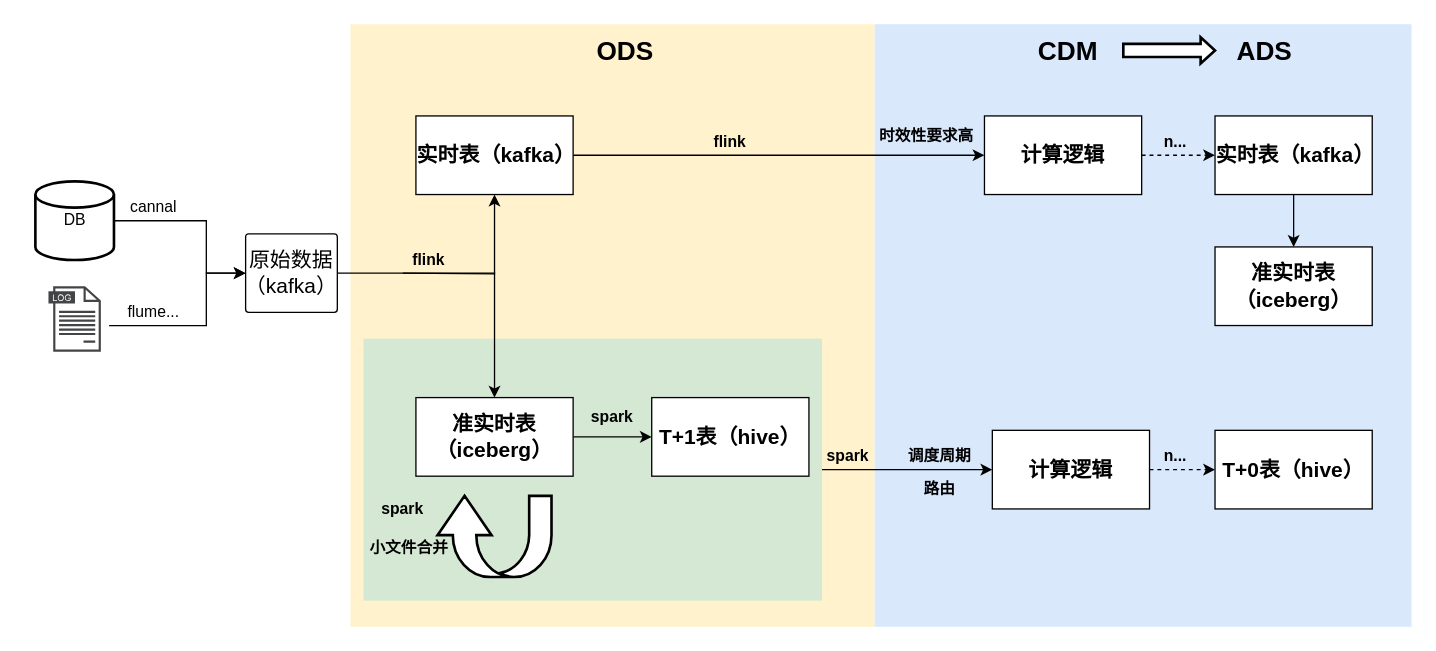
mineminemine123/work-wiki keeps this draw.io diagram as mt流批一体.drawio. Above is the earlier version. Source tidied: cells renumbered, new cells numbered last; positions are measured from the earlier drawing's top-left corner, leaving out a move shared by most shapes. Both pictures are drawn from the tidied source at 131%, with x=0, y=0 at pixel (35, 24).
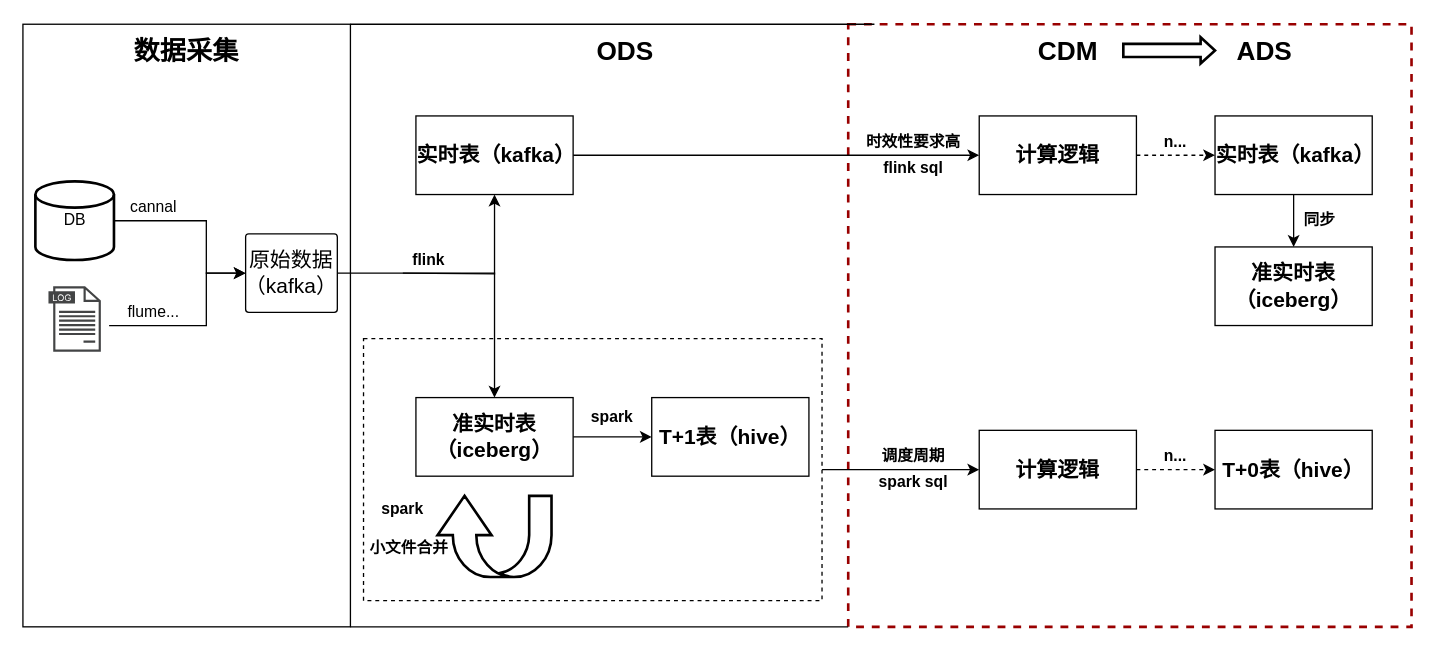
Above is the later version.

Commit message:
更新mt流批一体.drawio

Diff of the diagram source:
```diff
@@
+    <mxCell id="44" style="rounded=0;whiteSpace=wrap;html=1;fillColor=none;strokeColor=default;fontFamily=微软雅黑;" parent="1" vertex="1">
+      <mxGeometry x="-10" width="250" height="460" as="geometry" />
+    </mxCell>
-    <mxCell id="2" style="rounded=0;whiteSpace=wrap;html=1;dashed=1;fillColor=#dae8fc;strokeColor=none;" parent="1" vertex="1">
-      <mxGeometry x="640" width="410" height="460" as="geometry" />
+    <mxCell id="2" style="rounded=0;whiteSpace=wrap;html=1;fillColor=default;strokeColor=#990000;strokeWidth=2;dashed=1;fontFamily=微软雅黑;" parent="1" vertex="1">
+      <mxGeometry x="620" width="430" height="460" as="geometry" />
     </mxCell>
-    <mxCell id="3" style="rounded=0;whiteSpace=wrap;html=1;dashed=1;fillColor=#fff2cc;strokeColor=none;" parent="1" vertex="1">
-      <mxGeometry x="240" width="400" height="460" as="geometry" />
-    </mxCell>
-    <mxCell id="4" style="edgeStyle=orthogonalEdgeStyle;rounded=0;jettySize=auto;html=1;exitX=1;exitY=0.5;exitDx=0;exitDy=0;entryX=0;entryY=0.5;entryDx=0;entryDy=0;" parent="1" edge="1" source="5" target="24">
+    <mxCell id="4" style="edgeStyle=orthogonalEdgeStyle;rounded=0;jettySize=auto;html=1;exitX=1;exitY=0.5;exitDx=0;exitDy=0;entryX=0;entryY=0.5;entryDx=0;entryDy=0;fontFamily=微软雅黑;" parent="1" edge="1" source="5" target="24">
       <mxGeometry relative="1" as="geometry" />
     </mxCell>
-    <mxCell id="5" style="rounded=0;whiteSpace=wrap;html=1;dashed=1;fillColor=#d5e8d4;strokeColor=none;" parent="1" vertex="1">
+    <mxCell id="5" style="rounded=0;whiteSpace=wrap;html=1;dashed=1;fillColor=default;strokeColor=default;fontFamily=微软雅黑;" parent="1" vertex="1">
       <mxGeometry x="250" y="240" width="350" height="200" as="geometry" />
     </mxCell>
-    <mxCell id="6" style="edgeStyle=orthogonalEdgeStyle;rounded=0;jettySize=auto;html=1;exitX=1;exitY=0.5;exitDx=0;exitDy=0;entryX=0;entryY=0.5;entryDx=0;entryDy=0;fontSize=20;" parent="1" edge="1" source="7" target="29">
+    <mxCell id="6" style="edgeStyle=orthogonalEdgeStyle;rounded=0;jettySize=auto;html=1;exitX=1;exitY=0.5;exitDx=0;exitDy=0;entryX=0;entryY=0.5;entryDx=0;entryDy=0;fontSize=20;fontFamily=微软雅黑;" parent="1" edge="1" source="7" target="29">
       <mxGeometry relative="1" as="geometry" />
     </mxCell>
-    <mxCell id="7" value="&lt;span style=&quot;font-size: 16px;&quot;&gt;实时表（kafka）&lt;/span&gt;" style="rounded=0;whiteSpace=wrap;html=1;fontStyle=1;" parent="1" vertex="1">
+    <mxCell id="7" value="&lt;span style=&quot;font-size: 16px;&quot;&gt;实时表（kafka）&lt;/span&gt;" style="rounded=0;whiteSpace=wrap;html=1;fontStyle=1;fontFamily=微软雅黑;" parent="1" vertex="1">
       <mxGeometry x="290" y="70" width="120" height="60" as="geometry" />
     </mxCell>
-    <mxCell id="8" style="edgeStyle=orthogonalEdgeStyle;rounded=0;jettySize=auto;html=1;exitX=1;exitY=0.5;exitDx=0;exitDy=0;" parent="1" edge="1" target="7">
+    <mxCell id="8" style="edgeStyle=orthogonalEdgeStyle;rounded=0;jettySize=auto;html=1;exitX=1;exitY=0.5;exitDx=0;exitDy=0;fontFamily=微软雅黑;" parent="1" edge="1" target="7">
       <mxGeometry relative="1" as="geometry">
         <mxPoint x="280" y="190" as="sourcePoint" />
       </mxGeometry>
     </mxCell>
-    <mxCell id="9" style="edgeStyle=orthogonalEdgeStyle;rounded=0;jettySize=auto;html=1;" parent="1" edge="1" source="15" target="11">
+    <mxCell id="9" style="edgeStyle=orthogonalEdgeStyle;rounded=0;jettySize=auto;html=1;fontFamily=微软雅黑;" parent="1" edge="1" source="15" target="11">
       <mxGeometry relative="1" as="geometry" />
     </mxCell>
-    <mxCell id="10" style="edgeStyle=orthogonalEdgeStyle;rounded=0;jettySize=auto;html=1;exitX=1;exitY=0.5;exitDx=0;exitDy=0;entryX=0;entryY=0.5;entryDx=0;entryDy=0;" parent="1" edge="1" source="11" target="21">
+    <mxCell id="10" style="edgeStyle=orthogonalEdgeStyle;rounded=0;jettySize=auto;html=1;exitX=1;exitY=0.5;exitDx=0;exitDy=0;entryX=0;entryY=0.5;entryDx=0;entryDy=0;fontFamily=微软雅黑;" parent="1" edge="1" source="11" target="21">
       <mxGeometry relative="1" as="geometry" />
     </mxCell>
-    <mxCell id="11" value="&lt;span style=&quot;font-size: 16px;&quot;&gt;准实时表（iceberg）&lt;/span&gt;" style="rounded=0;whiteSpace=wrap;html=1;fontStyle=1;" parent="1" vertex="1">
+    <mxCell id="11" value="&lt;span style=&quot;font-size: 16px;&quot;&gt;准实时表（iceberg）&lt;/span&gt;" style="rounded=0;whiteSpace=wrap;html=1;fontStyle=1;fontFamily=微软雅黑;" parent="1" vertex="1">
       <mxGeometry x="290" y="285" width="120" height="60" as="geometry" />
     </mxCell>
-    <mxCell id="12" style="edgeStyle=orthogonalEdgeStyle;rounded=0;jettySize=auto;html=1;" parent="1" edge="1" source="13" target="15">
+    <mxCell id="12" style="edgeStyle=orthogonalEdgeStyle;rounded=0;jettySize=auto;html=1;fontFamily=微软雅黑;" parent="1" edge="1" source="13" target="15">
       <mxGeometry relative="1" as="geometry">
         <Array as="points">
           <mxPoint x="130" y="150" />
           <mxPoint x="130" y="190" />
         </Array>
       </mxGeometry>
     </mxCell>
-    <mxCell id="13" value="DB" style="shape=mxgraph.flowchart.database;whiteSpace=wrap;html=1;fillColor=#ffffff;strokeColor=#000000;strokeWidth=2;" parent="1" vertex="1">
+    <mxCell id="13" value="DB" style="shape=mxgraph.flowchart.database;whiteSpace=wrap;html=1;fillColor=#ffffff;strokeColor=#000000;strokeWidth=2;fontFamily=微软雅黑;" parent="1" vertex="1">
       <mxGeometry x="-0.5" y="120" width="60" height="60" as="geometry" />
     </mxCell>
-    <mxCell id="14" style="edgeStyle=orthogonalEdgeStyle;rounded=0;jettySize=auto;html=1;exitX=0;exitY=0;exitDx=52.5;exitDy=30;exitPerimeter=0;entryX=0;entryY=0.5;entryDx=0;entryDy=0;" parent="1" edge="1" target="15">
+    <mxCell id="14" style="edgeStyle=orthogonalEdgeStyle;rounded=0;jettySize=auto;html=1;exitX=0;exitY=0;exitDx=52.5;exitDy=30;exitPerimeter=0;entryX=0;entryY=0.5;entryDx=0;entryDy=0;fontFamily=微软雅黑;" parent="1" edge="1" target="15">
       <mxGeometry relative="1" as="geometry">
         <mxPoint x="55.8" y="230" as="sourcePoint" />
         <Array as="points">
           <mxPoint x="130" y="230" />
           <mxPoint x="130" y="190" />
         </Array>
       </mxGeometry>
     </mxCell>
-    <mxCell id="15" value="&lt;span style=&quot;font-size: 16px;&quot;&gt;原始数据（kafka）&lt;/span&gt;" style="rounded=1;whiteSpace=wrap;html=1;arcSize=4;" parent="1" vertex="1">
+    <mxCell id="15" value="&lt;span style=&quot;font-size: 16px;&quot;&gt;原始数据（kafka）&lt;/span&gt;" style="rounded=1;whiteSpace=wrap;html=1;arcSize=4;fontFamily=微软雅黑;" parent="1" vertex="1">
       <mxGeometry x="160" y="160" width="70" height="60" as="geometry" />
     </mxCell>
-    <mxCell id="16" value="cannal" style="text;html=1;strokeColor=none;fillColor=none;align=center;verticalAlign=middle;whiteSpace=wrap;rounded=0;" parent="1" vertex="1">
+    <mxCell id="16" value="cannal" style="text;html=1;strokeColor=none;fillColor=none;align=center;verticalAlign=middle;whiteSpace=wrap;rounded=0;fontFamily=微软雅黑;" parent="1" vertex="1">
       <mxGeometry x="70" y="130" width="40" height="20" as="geometry" />
     </mxCell>
-    <mxCell id="17" value="flume..." style="text;html=1;strokeColor=none;fillColor=none;align=center;verticalAlign=middle;whiteSpace=wrap;rounded=0;" parent="1" vertex="1">
+    <mxCell id="17" value="flume..." style="text;html=1;strokeColor=none;fillColor=none;align=center;verticalAlign=middle;whiteSpace=wrap;rounded=0;fontFamily=微软雅黑;" parent="1" vertex="1">
       <mxGeometry x="70" y="210" width="40" height="20" as="geometry" />
     </mxCell>
-    <mxCell id="18" value="&lt;b&gt;flink&lt;/b&gt;" style="text;html=1;strokeColor=none;fillColor=none;align=center;verticalAlign=middle;whiteSpace=wrap;rounded=0;" parent="1" vertex="1">
+    <mxCell id="18" value="&lt;b&gt;flink&lt;/b&gt;" style="text;html=1;strokeColor=none;fillColor=none;align=center;verticalAlign=middle;whiteSpace=wrap;rounded=0;fontFamily=微软雅黑;" parent="1" vertex="1">
       <mxGeometry x="280" y="170" width="40" height="20" as="geometry" />
     </mxCell>
-    <mxCell id="19" style="shape=mxgraph.arrows.u_turn_up_arrow;whiteSpace=wrap;html=1;fillColor=#ffffff;strokeColor=#000000;strokeWidth=2;" parent="1" vertex="1">
+    <mxCell id="19" style="shape=mxgraph.arrows.u_turn_up_arrow;whiteSpace=wrap;html=1;fillColor=#ffffff;strokeColor=#000000;strokeWidth=2;fontFamily=微软雅黑;" parent="1" vertex="1">
       <mxGeometry x="306.5" y="360" width="87" height="62" as="geometry" />
     </mxCell>
-    <mxCell id="20" value="&lt;b&gt;spark&lt;/b&gt;" style="text;html=1;strokeColor=none;fillColor=none;align=center;verticalAlign=middle;whiteSpace=wrap;rounded=0;" parent="1" vertex="1">
+    <mxCell id="20" value="&lt;b&gt;spark&lt;/b&gt;" style="text;html=1;strokeColor=none;fillColor=none;align=center;verticalAlign=middle;whiteSpace=wrap;rounded=0;fontFamily=微软雅黑;" parent="1" vertex="1">
       <mxGeometry x="260" y="360" width="40" height="20" as="geometry" />
     </mxCell>
-    <mxCell id="21" value="&lt;span style=&quot;font-size: 16px;&quot;&gt;T+1表（hive）&lt;/span&gt;" style="rounded=0;whiteSpace=wrap;html=1;fontStyle=1;" parent="1" vertex="1">
+    <mxCell id="21" value="&lt;span style=&quot;font-size: 16px;&quot;&gt;T+1表（hive）&lt;/span&gt;" style="rounded=0;whiteSpace=wrap;html=1;fontStyle=1;fontFamily=微软雅黑;" parent="1" vertex="1">
       <mxGeometry x="470" y="285" width="120" height="60" as="geometry" />
     </mxCell>
-    <mxCell id="22" value="&lt;b&gt;spark&lt;/b&gt;" style="text;html=1;strokeColor=none;fillColor=none;align=center;verticalAlign=middle;whiteSpace=wrap;rounded=0;" parent="1" vertex="1">
+    <mxCell id="22" value="&lt;b&gt;spark&lt;/b&gt;" style="text;html=1;strokeColor=none;fillColor=none;align=center;verticalAlign=middle;whiteSpace=wrap;rounded=0;fontFamily=微软雅黑;" parent="1" vertex="1">
       <mxGeometry x="420" y="290" width="40" height="20" as="geometry" />
     </mxCell>
-    <mxCell id="23" style="edgeStyle=orthogonalEdgeStyle;rounded=0;jettySize=auto;html=1;exitX=1;exitY=0.5;exitDx=0;exitDy=0;fontSize=20;dashed=1;" parent="1" edge="1" source="24" target="34">
+    <mxCell id="23" style="edgeStyle=orthogonalEdgeStyle;rounded=0;jettySize=auto;html=1;exitX=1;exitY=0.5;exitDx=0;exitDy=0;fontSize=20;dashed=1;fontFamily=微软雅黑;" parent="1" edge="1" source="24" target="34">
       <mxGeometry relative="1" as="geometry" />
     </mxCell>
-    <mxCell id="24" value="&lt;font style=&quot;font-size: 16px;&quot;&gt;计算逻辑&lt;/font&gt;" style="rounded=0;whiteSpace=wrap;html=1;fontStyle=1;" parent="1" vertex="1">
-      <mxGeometry x="730" y="310" width="120" height="60" as="geometry" />
+    <mxCell id="24" value="&lt;font style=&quot;font-size: 16px;&quot;&gt;计算逻辑&lt;/font&gt;" style="rounded=0;whiteSpace=wrap;html=1;fontStyle=1;fontFamily=微软雅黑;" parent="1" vertex="1">
+      <mxGeometry x="720" y="310" width="120" height="60" as="geometry" />
     </mxCell>
-    <mxCell id="25" value="&lt;b&gt;调度周期&lt;/b&gt;" style="text;html=1;strokeColor=none;fillColor=none;align=center;verticalAlign=middle;whiteSpace=wrap;rounded=0;" parent="1" vertex="1">
-      <mxGeometry x="660" y="320" width="60" height="20" as="geometry" />
+    <mxCell id="25" value="&lt;b&gt;调度周期&lt;/b&gt;" style="text;html=1;strokeColor=none;fillColor=none;align=center;verticalAlign=middle;whiteSpace=wrap;rounded=0;fontFamily=微软雅黑;" parent="1" vertex="1">
+      <mxGeometry x="640" y="320" width="60" height="20" as="geometry" />
     </mxCell>
-    <mxCell id="26" value="&lt;b&gt;小文件合并&lt;/b&gt;" style="text;html=1;strokeColor=none;fillColor=none;align=center;verticalAlign=middle;whiteSpace=wrap;rounded=0;" parent="1" vertex="1">
+    <mxCell id="26" value="&lt;b&gt;小文件合并&lt;/b&gt;" style="text;html=1;strokeColor=none;fillColor=none;align=center;verticalAlign=middle;whiteSpace=wrap;rounded=0;fontFamily=微软雅黑;" parent="1" vertex="1">
       <mxGeometry x="250" y="390" width="70" height="20" as="geometry" />
     </mxCell>
-    <mxCell id="27" value="ODS" style="text;html=1;strokeColor=none;fillColor=none;align=center;verticalAlign=middle;whiteSpace=wrap;rounded=0;fontStyle=1;fontSize=20;" parent="1" vertex="1">
+    <mxCell id="27" value="ODS" style="text;html=1;strokeColor=none;fillColor=none;align=center;verticalAlign=middle;whiteSpace=wrap;rounded=0;fontStyle=1;fontSize=20;fontFamily=微软雅黑;" parent="1" vertex="1">
       <mxGeometry x="400" y="10" width="100" height="20" as="geometry" />
     </mxCell>
-    <mxCell id="28" style="edgeStyle=orthogonalEdgeStyle;rounded=0;jettySize=auto;html=1;exitX=1;exitY=0.5;exitDx=0;exitDy=0;fontSize=20;dashed=1;" parent="1" edge="1" source="29" target="33">
+    <mxCell id="28" style="edgeStyle=orthogonalEdgeStyle;rounded=0;jettySize=auto;html=1;exitX=1;exitY=0.5;exitDx=0;exitDy=0;fontSize=20;dashed=1;fontFamily=微软雅黑;" parent="1" edge="1" source="29" target="33">
       <mxGeometry relative="1" as="geometry" />
     </mxCell>
-    <mxCell id="29" value="&lt;span style=&quot;font-size: 16px;&quot;&gt;计算逻辑&lt;/span&gt;" style="rounded=0;whiteSpace=wrap;html=1;fontStyle=1;" parent="1" vertex="1">
-      <mxGeometry x="724" y="70" width="120" height="60" as="geometry" />
+    <mxCell id="29" value="&lt;span style=&quot;font-size: 16px;&quot;&gt;计算逻辑&lt;/span&gt;" style="rounded=0;whiteSpace=wrap;html=1;fontStyle=1;fontFamily=微软雅黑;" parent="1" vertex="1">
+      <mxGeometry x="720" y="70" width="120" height="60" as="geometry" />
     </mxCell>
-    <mxCell id="30" value="&lt;b&gt;时效性要求高&lt;/b&gt;" style="text;html=1;strokeColor=none;fillColor=none;align=center;verticalAlign=middle;whiteSpace=wrap;rounded=0;" parent="1" vertex="1">
-      <mxGeometry x="640" y="76" width="80" height="20" as="geometry" />
+    <mxCell id="30" value="&lt;b&gt;时效性要求高&lt;/b&gt;" style="text;html=1;strokeColor=none;fillColor=none;align=center;verticalAlign=middle;whiteSpace=wrap;rounded=0;fontFamily=微软雅黑;" parent="1" vertex="1">
+      <mxGeometry x="630" y="80" width="80" height="20" as="geometry" />
     </mxCell>
-    <mxCell id="31" value="CDM" style="text;html=1;strokeColor=none;fillColor=none;align=center;verticalAlign=middle;whiteSpace=wrap;rounded=0;fontStyle=1;fontSize=20;" parent="1" vertex="1">
+    <mxCell id="31" value="CDM" style="text;html=1;strokeColor=none;fillColor=none;align=center;verticalAlign=middle;whiteSpace=wrap;rounded=0;fontStyle=1;fontSize=20;fontFamily=微软雅黑;" parent="1" vertex="1">
       <mxGeometry x="720" y="10" width="136" height="20" as="geometry" />
     </mxCell>
-    <mxCell id="32" style="edgeStyle=orthogonalEdgeStyle;rounded=0;jettySize=auto;html=1;exitX=0.5;exitY=1;exitDx=0;exitDy=0;" parent="1" edge="1" source="33" target="42">
+    <mxCell id="32" style="edgeStyle=orthogonalEdgeStyle;rounded=0;jettySize=auto;html=1;exitX=0.5;exitY=1;exitDx=0;exitDy=0;fontFamily=微软雅黑;" parent="1" edge="1" source="33" target="42">
       <mxGeometry relative="1" as="geometry" />
     </mxCell>
-    <mxCell id="33" value="&lt;span style=&quot;font-size: 16px;&quot;&gt;实时表（kafka）&lt;/span&gt;" style="rounded=0;whiteSpace=wrap;html=1;fontStyle=1;" parent="1" vertex="1">
+    <mxCell id="33" value="&lt;span style=&quot;font-size: 16px;&quot;&gt;实时表（kafka）&lt;/span&gt;" style="rounded=0;whiteSpace=wrap;html=1;fontStyle=1;fontFamily=微软雅黑;" parent="1" vertex="1">
       <mxGeometry x="900" y="70" width="120" height="60" as="geometry" />
     </mxCell>
-    <mxCell id="34" value="&lt;font style=&quot;font-size: 16px;&quot;&gt;T+0表（hive）&lt;/font&gt;" style="rounded=0;whiteSpace=wrap;html=1;fontStyle=1;" parent="1" vertex="1">
+    <mxCell id="34" value="&lt;font style=&quot;font-size: 16px;&quot;&gt;T+0表（hive）&lt;/font&gt;" style="rounded=0;whiteSpace=wrap;html=1;fontStyle=1;fontFamily=微软雅黑;" parent="1" vertex="1">
       <mxGeometry x="900" y="310" width="120" height="60" as="geometry" />
     </mxCell>
-    <mxCell id="35" value="n..." style="text;html=1;strokeColor=none;fillColor=none;align=center;verticalAlign=middle;whiteSpace=wrap;rounded=0;fontStyle=1;" parent="1" vertex="1">
+    <mxCell id="35" value="n..." style="text;html=1;strokeColor=none;fillColor=none;align=center;verticalAlign=middle;whiteSpace=wrap;rounded=0;fontStyle=1;fontFamily=微软雅黑;" parent="1" vertex="1">
       <mxGeometry x="850" y="80" width="40" height="20" as="geometry" />
     </mxCell>
-    <mxCell id="36" value="&lt;b&gt;路由&lt;/b&gt;" style="text;html=1;strokeColor=none;fillColor=none;align=center;verticalAlign=middle;whiteSpace=wrap;rounded=0;" parent="1" vertex="1">
-      <mxGeometry x="660" y="345" width="60" height="20" as="geometry" />
-    </mxCell>
-    <mxCell id="37" value="n..." style="text;html=1;strokeColor=none;fillColor=none;align=center;verticalAlign=middle;whiteSpace=wrap;rounded=0;fontStyle=1;" parent="1" vertex="1">
+    <mxCell id="37" value="n..." style="text;html=1;strokeColor=none;fillColor=none;align=center;verticalAlign=middle;whiteSpace=wrap;rounded=0;fontStyle=1;fontFamily=微软雅黑;" parent="1" vertex="1">
       <mxGeometry x="850" y="320" width="40" height="20" as="geometry" />
     </mxCell>
-    <mxCell id="38" style="verticalLabelPosition=bottom;verticalAlign=top;html=1;strokeWidth=2;shape=mxgraph.arrows2.arrow;dy=0.5;dx=11;notch=0;" parent="1" vertex="1">
+    <mxCell id="38" style="verticalLabelPosition=bottom;verticalAlign=top;html=1;strokeWidth=2;shape=mxgraph.arrows2.arrow;dy=0.5;dx=11;notch=0;fontFamily=微软雅黑;" parent="1" vertex="1">
       <mxGeometry x="830" y="10" width="70" height="20" as="geometry" />
     </mxCell>
-    <mxCell id="39" value="ADS" style="text;html=1;strokeColor=none;fillColor=none;align=center;verticalAlign=middle;whiteSpace=wrap;rounded=0;fontStyle=1;fontSize=20;" parent="1" vertex="1">
+    <mxCell id="39" value="ADS" style="text;html=1;strokeColor=none;fillColor=none;align=center;verticalAlign=middle;whiteSpace=wrap;rounded=0;fontStyle=1;fontSize=20;fontFamily=微软雅黑;" parent="1" vertex="1">
       <mxGeometry x="870" y="10" width="136" height="20" as="geometry" />
     </mxCell>
-    <mxCell id="40" style="sketch=0;shadow=0;dashed=0;html=1;strokeColor=none;fillColor=#434445;labelPosition=center;verticalLabelPosition=bottom;verticalAlign=top;align=center;shape=mxgraph.vvd.log_files;" parent="1" vertex="1">
+    <mxCell id="40" style="sketch=0;shadow=0;dashed=0;html=1;strokeColor=none;fillColor=#434445;labelPosition=center;verticalLabelPosition=bottom;verticalAlign=top;align=center;shape=mxgraph.vvd.log_files;fontFamily=微软雅黑;" parent="1" vertex="1">
       <mxGeometry x="9.5" y="200" width="40" height="50" as="geometry" />
     </mxCell>
-    <mxCell id="41" value="&lt;b&gt;flink&lt;/b&gt;" style="text;html=1;strokeColor=none;fillColor=none;align=center;verticalAlign=middle;whiteSpace=wrap;rounded=0;" parent="1" vertex="1">
-      <mxGeometry x="510" y="80" width="40" height="20" as="geometry" />
+    <mxCell id="41" value="&lt;b&gt;flink sql&lt;/b&gt;" style="text;html=1;strokeColor=none;fillColor=none;align=center;verticalAlign=middle;whiteSpace=wrap;rounded=0;fontFamily=微软雅黑;" parent="1" vertex="1">
+      <mxGeometry x="645" y="100" width="50" height="20" as="geometry" />
     </mxCell>
-    <mxCell id="42" value="&lt;span style=&quot;font-size: 16px;&quot;&gt;准实时表（iceberg）&lt;/span&gt;" style="rounded=0;whiteSpace=wrap;html=1;fontStyle=1;" parent="1" vertex="1">
+    <mxCell id="42" value="&lt;span style=&quot;font-size: 16px;&quot;&gt;准实时表（iceberg）&lt;/span&gt;" style="rounded=0;whiteSpace=wrap;html=1;fontStyle=1;fontFamily=微软雅黑;" parent="1" vertex="1">
       <mxGeometry x="900" y="170" width="120" height="60" as="geometry" />
     </mxCell>
-    <mxCell id="43" value="&lt;b&gt;spark&lt;/b&gt;" style="text;html=1;strokeColor=none;fillColor=none;align=center;verticalAlign=middle;whiteSpace=wrap;rounded=0;" parent="1" vertex="1">
-      <mxGeometry x="600" y="320" width="40" height="20" as="geometry" />
+    <mxCell id="43" value="&lt;b&gt;spark sql&lt;/b&gt;" style="text;html=1;strokeColor=none;fillColor=none;align=center;verticalAlign=middle;whiteSpace=wrap;rounded=0;fontFamily=微软雅黑;" parent="1" vertex="1">
+      <mxGeometry x="630" y="340" width="80" height="20" as="geometry" />
     </mxCell>
+    <mxCell id="45" value="数据采集" style="text;html=1;strokeColor=none;fillColor=none;align=center;verticalAlign=middle;whiteSpace=wrap;rounded=0;fontStyle=1;fontSize=20;fontFamily=微软雅黑;" parent="1" vertex="1">
+      <mxGeometry x="65" y="10" width="100" height="20" as="geometry" />
+    </mxCell>
+    <mxCell id="46" style="endArrow=none;html=1;rounded=0;sketch=0;strokeColor=#000000;strokeWidth=1;fontFamily=微软雅黑;fontSize=14;exitX=1;exitY=1;exitDx=0;exitDy=0;entryX=0;entryY=1;entryDx=0;entryDy=0;" parent="1" edge="1" source="44" target="2">
+      <mxGeometry relative="1" as="geometry" />
+    </mxCell>
+    <mxCell id="47" style="endArrow=none;html=1;rounded=0;sketch=0;strokeColor=#000000;strokeWidth=1;fontFamily=微软雅黑;fontSize=14;entryX=0;entryY=1;entryDx=0;entryDy=0;exitX=1;exitY=1;exitDx=0;exitDy=0;" parent="1" edge="1">
+      <mxGeometry relative="1" as="geometry">
+        <mxPoint x="240" as="sourcePoint" />
+        <mxPoint x="640" as="targetPoint" />
+      </mxGeometry>
+    </mxCell>
+    <mxCell id="48" value="&lt;b&gt;同步&lt;/b&gt;" style="text;html=1;strokeColor=none;fillColor=none;align=center;verticalAlign=middle;whiteSpace=wrap;rounded=0;fontFamily=微软雅黑;" parent="1" vertex="1">
+      <mxGeometry x="960" y="140" width="40" height="20" as="geometry" />
+    </mxCell>
```
